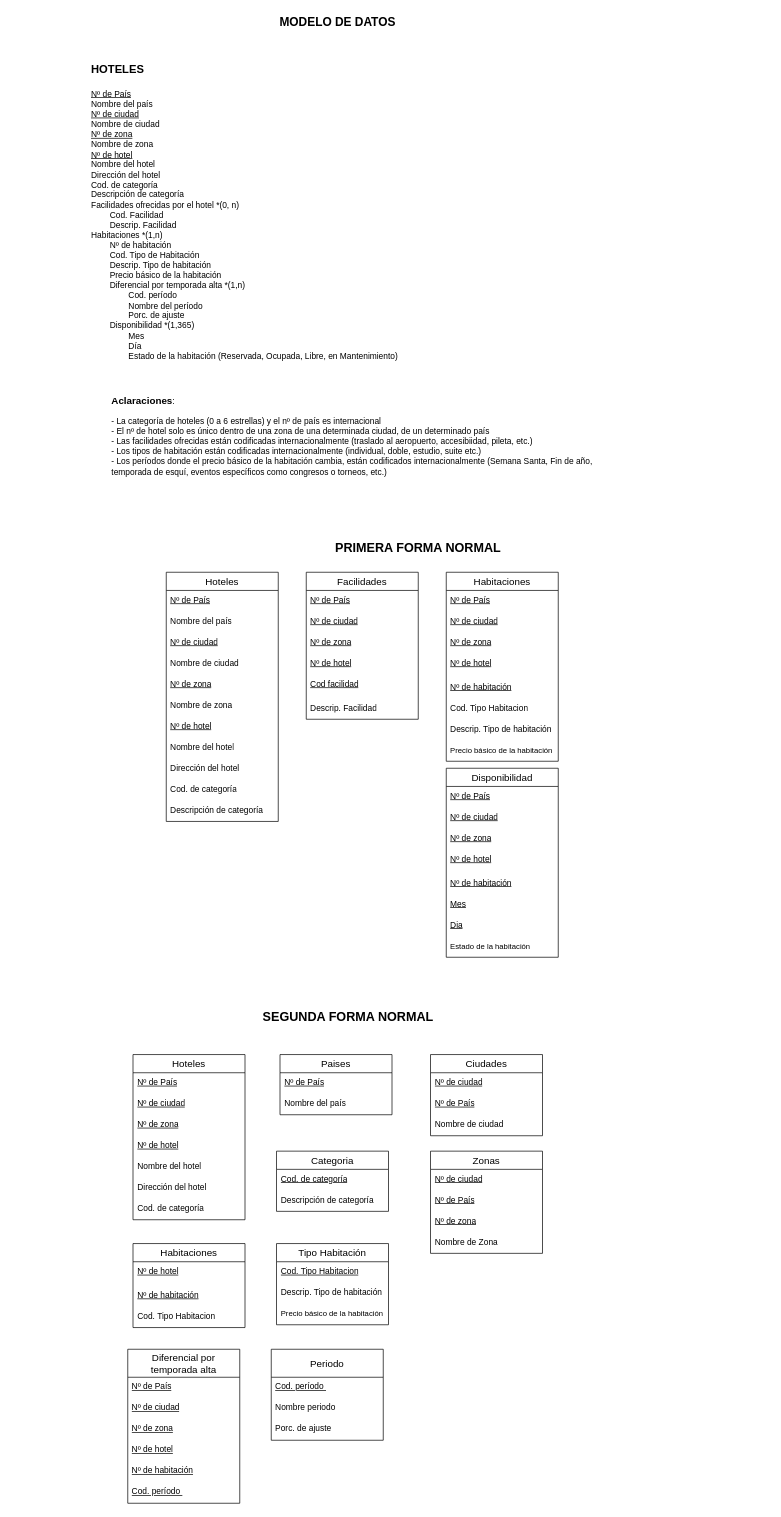
Earlier version of the draw.io diagram Diagrama-Entidad-Relacion.drawio (FrancoSimonFormia/TP-Hoteles-DABD-Grupo11). Source tidied: cells renumbered, new cells numbered last; positions are measured from the earlier drawing's top-left corner, leaving out a move shared by most shapes. Both pictures are drawn from the tidied source at 70%, with x=0, y=0 at pixel (90, 12).
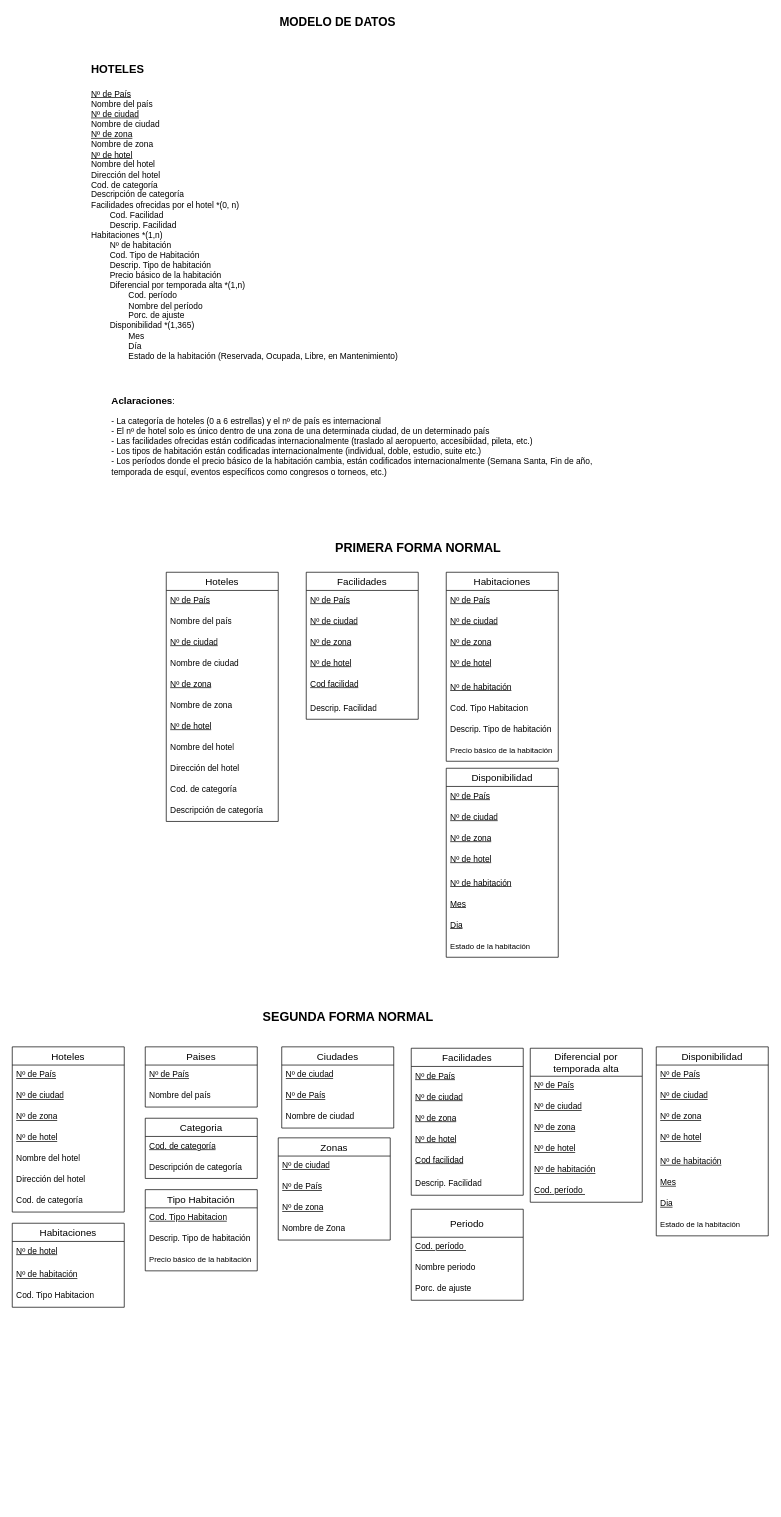
The same diagram, later.

Commit message:
Se agrega en 2FN Facilidades y Disponibilidad

The edit, as a diff of the source:
```diff
@@
     <mxCell id="34" value="Diferencial por&#10;temporada alta" style="swimlane;fontStyle=0;horizontal=1;startSize=40;align=center;fontSize=14;" parent="1" vertex="1">
-      <mxGeometry x="54" y="1910" width="160" height="220" as="geometry" />
+      <mxGeometry x="629" y="1480" width="160" height="220" as="geometry" />
     </mxCell>
@@
     <mxCell id="51" value="Paises" style="swimlane;fontStyle=0;horizontal=1;startSize=26;align=center;fontSize=14;" parent="1" vertex="1">
-      <mxGeometry x="271.5" y="1489" width="160" height="86" as="geometry" />
+      <mxGeometry x="79" y="1478" width="160" height="86" as="geometry" />
     </mxCell>
@@
     <mxCell id="54" value="Hoteles" style="swimlane;fontStyle=0;horizontal=1;startSize=26;align=center;fontSize=14;" parent="1" vertex="1">
-      <mxGeometry x="61.5" y="1489" width="160" height="236" as="geometry" />
+      <mxGeometry x="-111" y="1478" width="160" height="236" as="geometry" />
     </mxCell>
@@
     <mxCell id="62" value="Categoria" style="swimlane;fontStyle=0;horizontal=1;startSize=26;align=center;fontSize=14;" parent="1" vertex="1">
-      <mxGeometry x="266.5" y="1627" width="160" height="86" as="geometry" />
+      <mxGeometry x="79" y="1580" width="160" height="86" as="geometry" />
     </mxCell>
@@
     <mxCell id="65" value="Tipo Habitación" style="swimlane;fontStyle=0;horizontal=1;startSize=26;align=center;fontSize=14;" parent="1" vertex="1">
-      <mxGeometry x="266.5" y="1759" width="160" height="116" as="geometry" />
+      <mxGeometry x="79" y="1682" width="160" height="116" as="geometry" />
     </mxCell>
@@
     <mxCell id="69" value="Ciudades" style="swimlane;fontStyle=0;horizontal=1;startSize=26;align=center;fontSize=14;" parent="1" vertex="1">
-      <mxGeometry x="486.5" y="1489" width="160" height="116" as="geometry" />
+      <mxGeometry x="274" y="1478" width="160" height="116" as="geometry" />
     </mxCell>
@@
     <mxCell id="73" value="Zonas" style="swimlane;fontStyle=0;horizontal=1;startSize=26;align=center;fontSize=14;" parent="1" vertex="1">
-      <mxGeometry x="486.5" y="1627" width="160" height="146" as="geometry" />
+      <mxGeometry x="269" y="1608" width="160" height="146" as="geometry" />
     </mxCell>
@@
     <mxCell id="78" value="Habitaciones" style="swimlane;fontStyle=0;horizontal=1;startSize=26;align=center;fontSize=14;" parent="1" vertex="1">
-      <mxGeometry x="61.5" y="1759" width="160" height="120" as="geometry" />
+      <mxGeometry x="-111" y="1730" width="160" height="120" as="geometry" />
     </mxCell>
@@
     <mxCell id="82" value="Periodo" style="swimlane;fontStyle=0;horizontal=1;startSize=40;align=center;fontSize=14;" parent="1" vertex="1">
-      <mxGeometry x="259" y="1910" width="160" height="130" as="geometry" />
+      <mxGeometry x="459" y="1710" width="160" height="130" as="geometry" />
     </mxCell>
@@
+    <mxCell id="86" value="Facilidades" style="swimlane;fontStyle=0;horizontal=1;startSize=26;align=center;fontSize=14;" parent="1" vertex="1">
+      <mxGeometry x="459" y="1480" width="160" height="210" as="geometry" />
+    </mxCell>
+    <mxCell id="87" value="&lt;u&gt;Nº de País&lt;/u&gt;&lt;div&gt;&lt;br&gt;&lt;/div&gt;" style="text;strokeColor=none;fillColor=none;spacingLeft=4;spacingRight=4;overflow=hidden;fontSize=12;whiteSpace=wrap;html=1;" parent="86" vertex="1">
+      <mxGeometry y="26" width="160" height="30" as="geometry" />
+    </mxCell>
+    <mxCell id="88" value="&lt;u&gt;Nº de ciudad&lt;/u&gt;&lt;div&gt;&lt;br&gt;&lt;/div&gt;" style="text;strokeColor=none;fillColor=none;spacingLeft=4;spacingRight=4;overflow=hidden;fontSize=12;whiteSpace=wrap;html=1;" parent="86" vertex="1">
+      <mxGeometry y="56" width="160" height="30" as="geometry" />
+    </mxCell>
+    <mxCell id="89" value="&lt;u&gt;Nº de zona&lt;/u&gt;&lt;div&gt;&lt;br&gt;&lt;/div&gt;" style="text;strokeColor=none;fillColor=none;spacingLeft=4;spacingRight=4;overflow=hidden;fontSize=12;whiteSpace=wrap;html=1;" parent="86" vertex="1">
+      <mxGeometry y="86" width="160" height="30" as="geometry" />
+    </mxCell>
+    <mxCell id="90" value="&lt;u&gt;Nº de hotel&lt;/u&gt;&lt;div&gt;&lt;br&gt;&lt;/div&gt;" style="text;strokeColor=none;fillColor=none;spacingLeft=4;spacingRight=4;overflow=hidden;fontSize=12;whiteSpace=wrap;html=1;" parent="86" vertex="1">
+      <mxGeometry y="116" width="160" height="30" as="geometry" />
+    </mxCell>
+    <mxCell id="91" value="&lt;div&gt;&lt;u&gt;Cod facilidad&lt;/u&gt;&lt;/div&gt;" style="text;strokeColor=none;fillColor=none;spacingLeft=4;spacingRight=4;overflow=hidden;fontSize=12;whiteSpace=wrap;html=1;" parent="86" vertex="1">
+      <mxGeometry y="146" width="160" height="34" as="geometry" />
+    </mxCell>
+    <mxCell id="92" value="&lt;div&gt;Descrip. Facilidad&lt;br/&gt;&lt;/div&gt;" style="text;strokeColor=none;fillColor=none;spacingLeft=4;spacingRight=4;overflow=hidden;fontSize=12;whiteSpace=wrap;html=1;" parent="86" vertex="1">
+      <mxGeometry y="180" width="160" height="30" as="geometry" />
+    </mxCell>
+    <mxCell id="93" value="Disponibilidad" style="swimlane;fontStyle=0;horizontal=1;startSize=26;align=center;fontSize=14;" parent="1" vertex="1">
+      <mxGeometry x="809" y="1478" width="160" height="270" as="geometry" />
+    </mxCell>
+    <mxCell id="94" value="&lt;div&gt;&lt;u&gt;Nº de País&lt;/u&gt;&lt;div&gt;&lt;br&gt;&lt;/div&gt;&lt;/div&gt;" style="text;strokeColor=none;fillColor=none;spacingLeft=4;spacingRight=4;overflow=hidden;fontSize=12;whiteSpace=wrap;html=1;" parent="93" vertex="1">
+      <mxGeometry y="26" width="160" height="30" as="geometry" />
+    </mxCell>
+    <mxCell id="95" value="&lt;div&gt;&lt;u&gt;Nº de ciudad&lt;/u&gt;&lt;div&gt;&lt;br&gt;&lt;/div&gt;&lt;/div&gt;" style="text;strokeColor=none;fillColor=none;spacingLeft=4;spacingRight=4;overflow=hidden;fontSize=12;whiteSpace=wrap;html=1;" parent="93" vertex="1">
+      <mxGeometry y="56" width="160" height="30" as="geometry" />
+    </mxCell>
+    <mxCell id="96" value="&lt;div&gt;&lt;u&gt;Nº de zona&lt;/u&gt;&lt;div&gt;&lt;br&gt;&lt;/div&gt;&lt;/div&gt;" style="text;strokeColor=none;fillColor=none;spacingLeft=4;spacingRight=4;overflow=hidden;fontSize=12;whiteSpace=wrap;html=1;" parent="93" vertex="1">
+      <mxGeometry y="86" width="160" height="30" as="geometry" />
+    </mxCell>
+    <mxCell id="97" value="&lt;u&gt;Nº de hotel&lt;/u&gt;&lt;div&gt;&lt;br&gt;&lt;/div&gt;" style="text;strokeColor=none;fillColor=none;spacingLeft=4;spacingRight=4;overflow=hidden;fontSize=12;whiteSpace=wrap;html=1;" parent="93" vertex="1">
+      <mxGeometry y="116" width="160" height="34" as="geometry" />
+    </mxCell>
+    <mxCell id="98" value="Nº de habitación" style="text;strokeColor=none;fillColor=none;spacingLeft=4;spacingRight=4;overflow=hidden;fontSize=12;whiteSpace=wrap;html=1;fontStyle=4;" parent="93" vertex="1">
+      <mxGeometry y="150" width="160" height="30" as="geometry" />
+    </mxCell>
+    <mxCell id="99" value="&lt;u&gt;Mes&lt;/u&gt;" style="text;strokeColor=none;fillColor=none;spacingLeft=4;spacingRight=4;overflow=hidden;fontSize=12;whiteSpace=wrap;html=1;" parent="93" vertex="1">
+      <mxGeometry y="180" width="160" height="30" as="geometry" />
+    </mxCell>
+    <mxCell id="100" value="&lt;u&gt;Dia&lt;/u&gt;" style="text;strokeColor=none;fillColor=none;spacingLeft=4;spacingRight=4;overflow=hidden;fontSize=12;whiteSpace=wrap;html=1;" parent="93" vertex="1">
+      <mxGeometry y="210" width="160" height="30" as="geometry" />
+    </mxCell>
+    <mxCell id="101" value="&lt;font style=&quot;font-size: 11px;&quot;&gt;Estado de la habitación&lt;/font&gt;" style="text;strokeColor=none;fillColor=none;spacingLeft=4;spacingRight=4;overflow=hidden;fontSize=12;whiteSpace=wrap;html=1;align=left;" parent="93" vertex="1">
+      <mxGeometry y="240" width="160" height="30" as="geometry" />
+    </mxCell>
```
